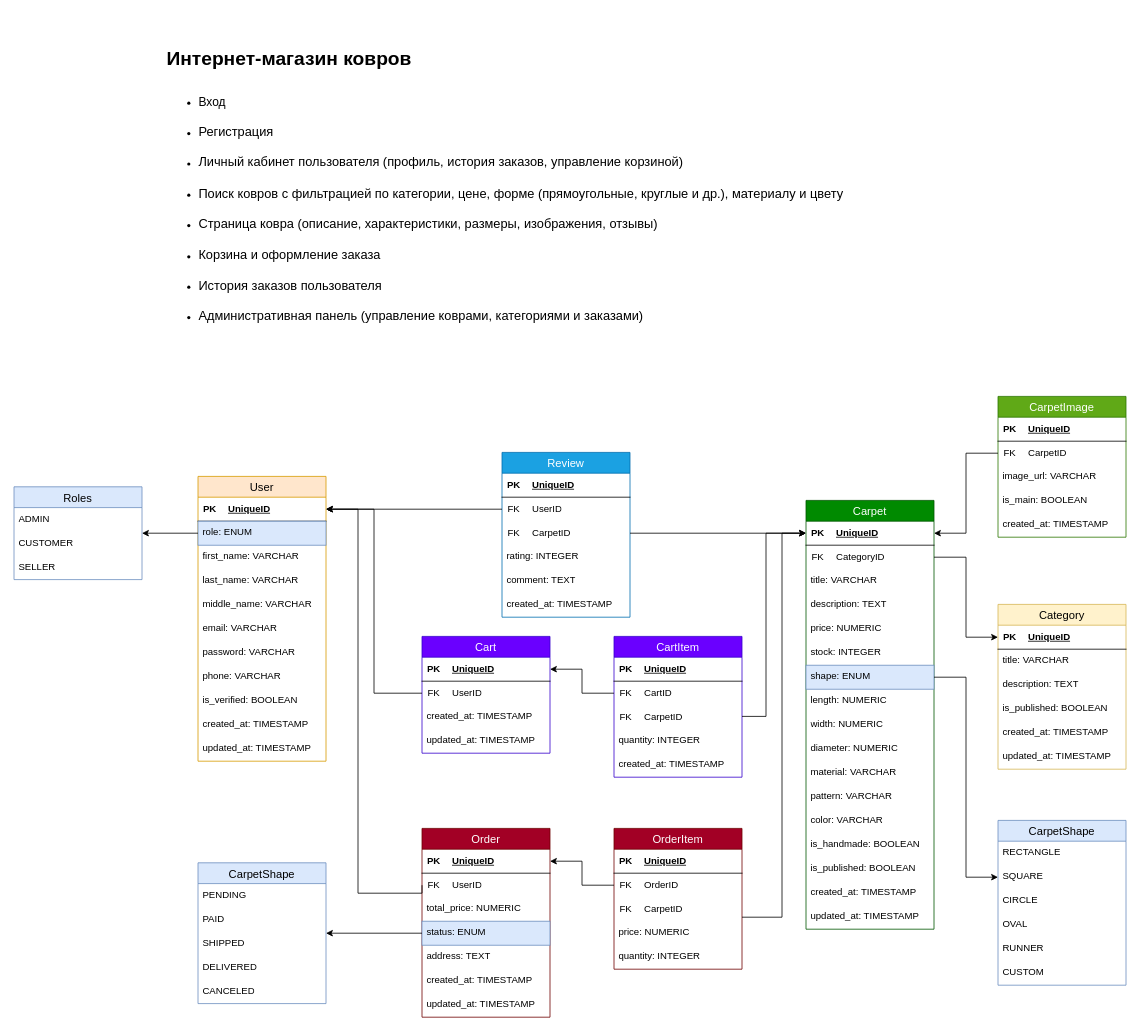
The draw.io diagram БР1.2/Мохаджер Али реза/homeworks/hw1/ДЗ1_Мохаджер Али Реза_БР1.2.drawio in alirzw-mhjr/ITMO-ACS-Backend-2026-A, before the edit. Source tidied: cells renumbered, new cells numbered last; positions are measured from the earlier drawing's top-left corner, leaving out a move shared by most shapes. Both pictures are drawn from the tidied source at 80%, with x=0, y=0 at pixel (14, 14).
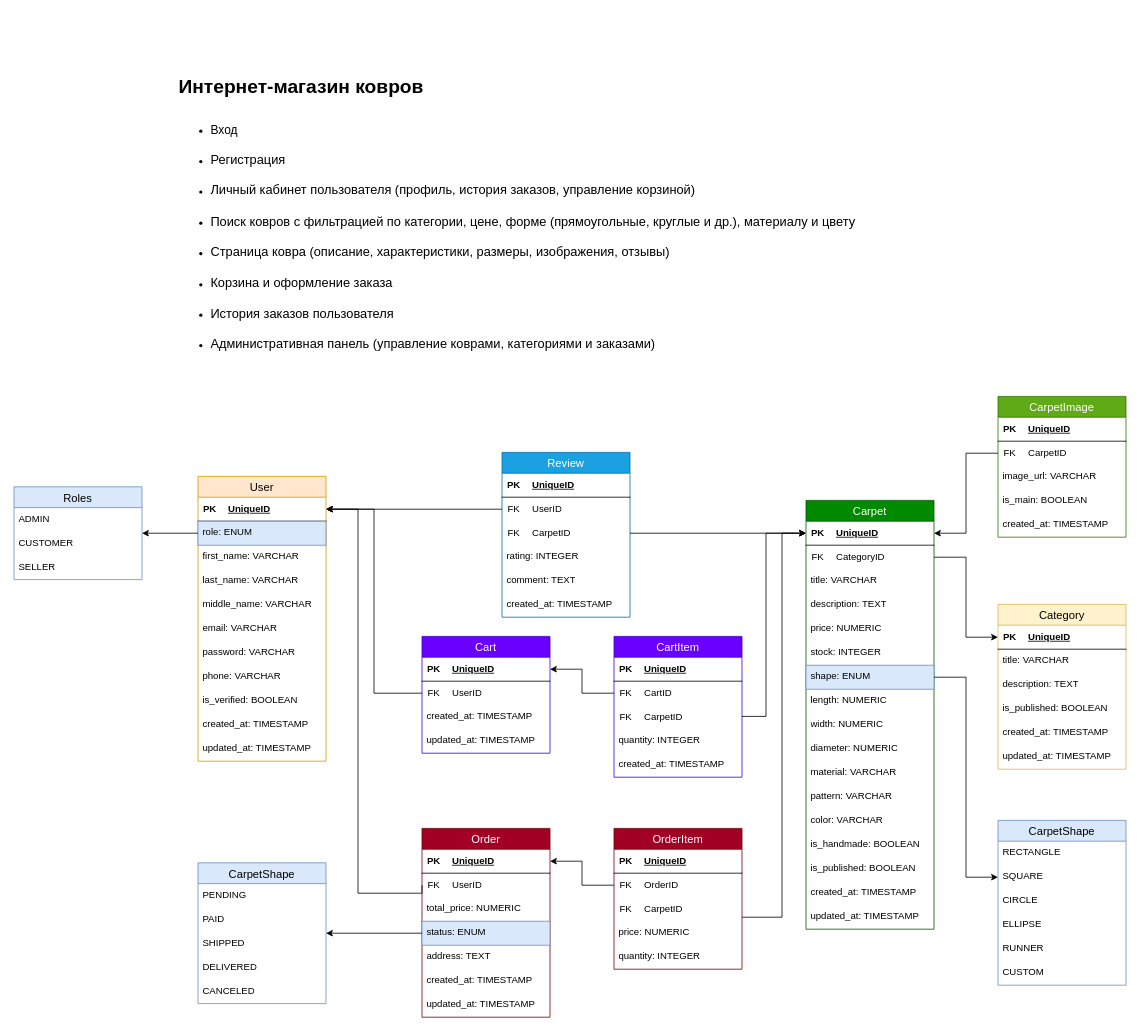
The same diagram, later.

Unchanged cells that the change refers to:
```xml
<mxCell id="127" value="CarpetShape" style="swimlane;fontStyle=0;horizontal=1;startSize=26;align=center;fontSize=14;fillColor=#dae8fc;strokeColor=#6c8ebf;" parent="1" vertex="1">
  <mxGeometry x="1230" y="1008" width="160" height="206" as="geometry" />
</mxCell>
```

Change to the diagram source:
```diff
@@
     <mxCell id="2" value="&lt;h1&gt;&lt;strong style=&quot;background-color: transparent; color: light-dark(rgb(0, 0, 0), rgb(255, 255, 255));&quot;&gt;&lt;font style=&quot;font-size: 24px;&quot;&gt;Интернет-магазин ковров&lt;/font&gt;&lt;/strong&gt;&lt;/h1&gt;&lt;ul&gt;&lt;br&gt;&lt;li&gt;&lt;font style=&quot;font-size: 15px;&quot;&gt;Вход&lt;br&gt;&lt;/font&gt;&lt;/li&gt;&lt;font size=&quot;3&quot;&gt;&lt;br&gt;&lt;/font&gt;&lt;li&gt;&lt;font size=&quot;3&quot;&gt;Регистрация&lt;br&gt;&lt;/font&gt;&lt;/li&gt;&lt;font size=&quot;3&quot;&gt;&lt;br&gt;&lt;/font&gt;&lt;li&gt;&lt;font size=&quot;3&quot;&gt;Личный кабинет пользователя (профиль, история заказов, управление корзиной)&lt;br&gt;&lt;/font&gt;&lt;/li&gt;&lt;font size=&quot;3&quot;&gt;&lt;br&gt;&lt;/font&gt;&lt;li&gt;&lt;font size=&quot;3&quot;&gt;Поиск ковров с фильтрацией по категории, цене, форме (прямоугольные, круглые и др.), материалу и цвету&lt;br&gt;&lt;/font&gt;&lt;/li&gt;&lt;font size=&quot;3&quot;&gt;&lt;br&gt;&lt;/font&gt;&lt;li&gt;&lt;font size=&quot;3&quot;&gt;Страница ковра (описание, характеристики, размеры, изображения, отзывы)&lt;br&gt;&lt;br&gt;&lt;/font&gt;&lt;/li&gt;&lt;li&gt;&lt;font size=&quot;3&quot;&gt;Корзина и оформление заказа&lt;br&gt;&lt;br&gt;&lt;/font&gt;&lt;/li&gt;&lt;li&gt;&lt;font size=&quot;3&quot;&gt;История заказов пользователя&lt;br&gt;&lt;br&gt;&lt;/font&gt;&lt;/li&gt;&lt;li&gt;&lt;font size=&quot;3&quot;&gt;Административная панель (управление коврами, категориями и заказами)&lt;/font&gt;&lt;/li&gt;&lt;/ul&gt;" style="text;html=1;whiteSpace=wrap;strokeColor=none;fillColor=none;align=left;verticalAlign=middle;rounded=0;" parent="1" vertex="1">
-      <mxGeometry x="189" width="874" height="424" as="geometry" />
+      <mxGeometry x="204" y="35" width="874" height="424" as="geometry" />
     </mxCell>
@@
-    <mxCell id="131" value="OVAL" style="text;strokeColor=none;fillColor=none;spacingLeft=4;spacingRight=4;overflow=hidden;fontSize=12;whiteSpace=wrap;html=1;" parent="127" vertex="1">
+    <mxCell id="131" value="ELLIPSE" style="text;strokeColor=none;fillColor=none;spacingLeft=4;spacingRight=4;overflow=hidden;fontSize=12;whiteSpace=wrap;html=1;" parent="127" vertex="1">
       <mxGeometry y="116" width="160" height="30" as="geometry" />
     </mxCell>
```
